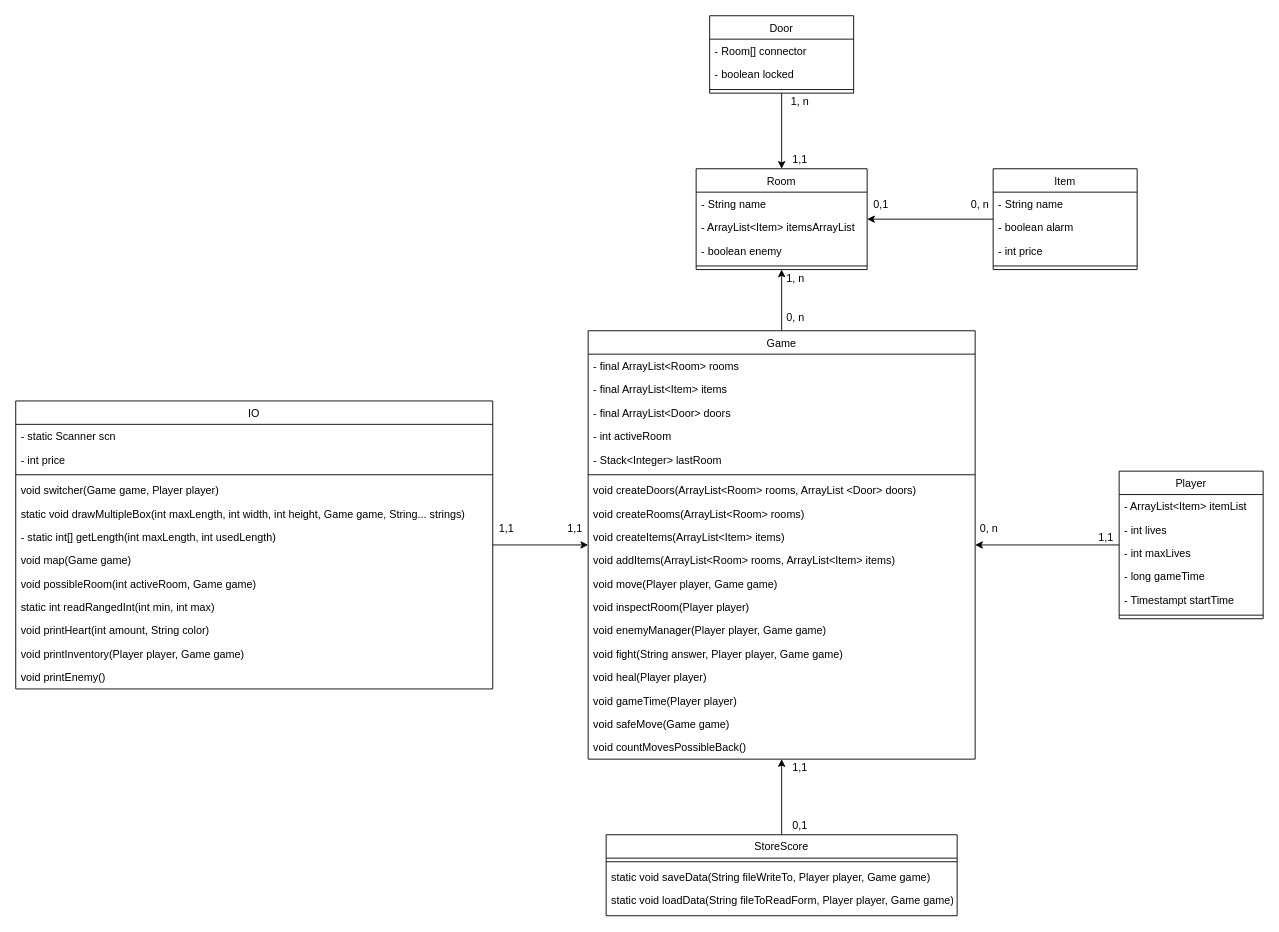
The draw.io diagram 20211018-AdventureGame/adventureGame-ClassDiagramm.drawio in ritzmanndominic/Modul-226-AdventureGame, before the edit. Source tidied: cells renumbered, new cells numbered last; positions are measured from the earlier drawing's top-left corner, leaving out a move shared by most shapes. Both pictures are drawn from the tidied source at 90%, with x=0, y=0 at pixel (15, 15).
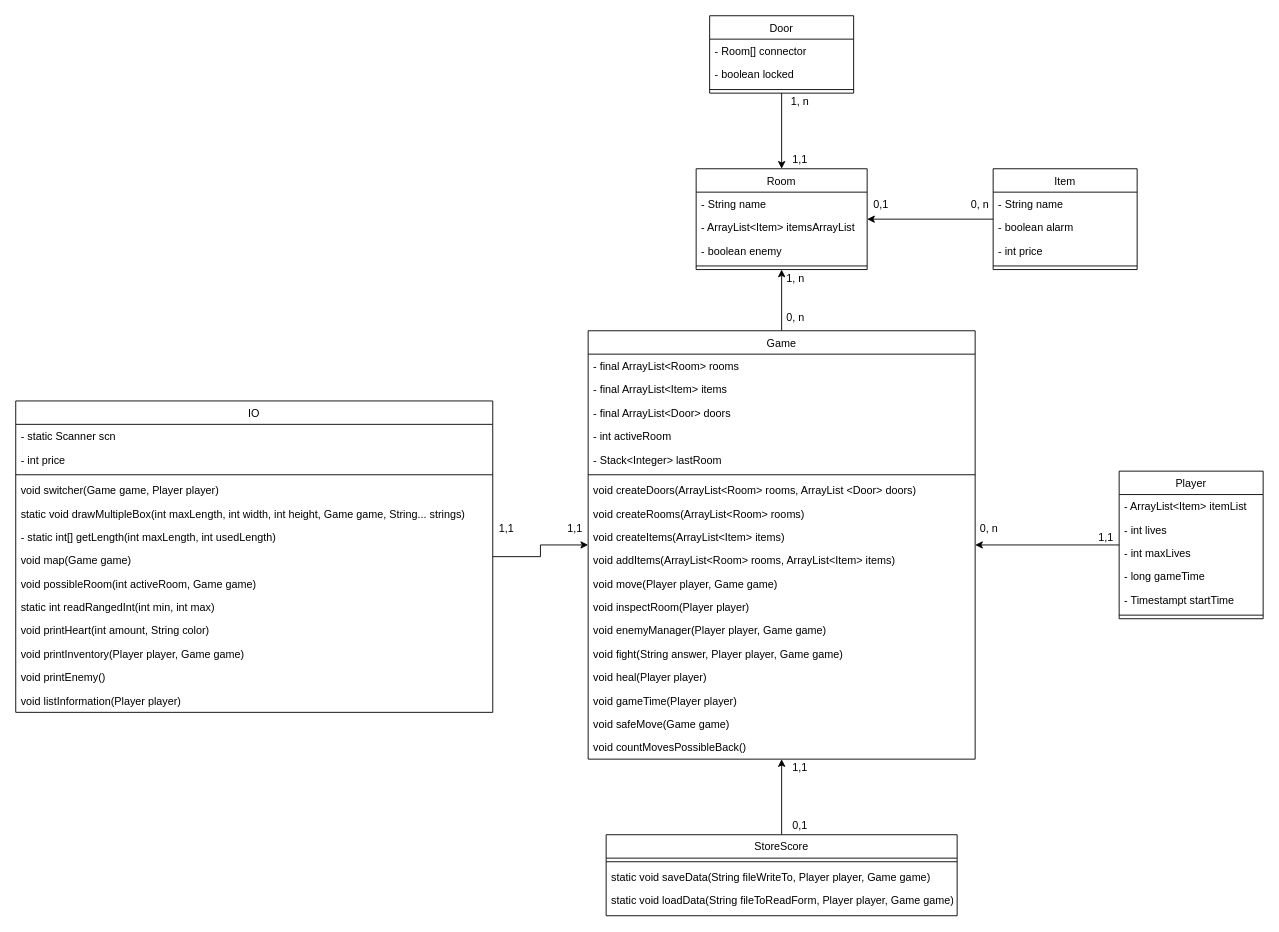
Above is the later version.

Commit message (it also covers changes not shown here):
made function for exit game

Change to the diagram source:
```diff
@@
     <mxCell id="52" value="IO" style="swimlane;fontStyle=0;align=center;verticalAlign=top;horizontal=1;startSize=26;rounded=0;shadow=0;strokeWidth=1;" parent="1" vertex="1">
-      <mxGeometry y="428" width="530" height="320" as="geometry" />
+      <mxGeometry y="428" width="530" height="346" as="geometry" />
     </mxCell>
@@
+    <mxCell id="77" value="void listInformation(Player player)" style="text;align=left;verticalAlign=top;spacingLeft=4;spacingRight=4;overflow=hidden;" parent="52" vertex="1">
+      <mxGeometry y="320" width="530" height="26" as="geometry" />
+    </mxCell>
```
